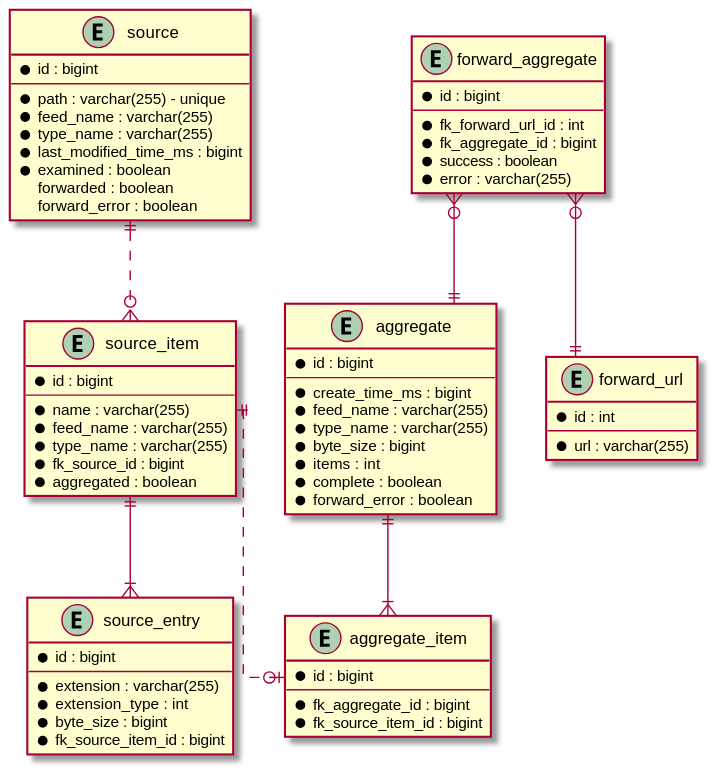
Before: stroom-proxy/stroom-proxy-app/doc/forward-aggregate-entity.svg, a diagram exported from PlantUML (gchq/stroom). The source it was exported from:
```plantuml
@startuml

skinparam linetype ortho

entity source {
  *id : bigint
  --
  *path : varchar(255) - unique
  *feed_name : varchar(255)
  *type_name : varchar(255)
  *last_modified_time_ms : bigint
  *examined : boolean
  forwarded : boolean
  forward_error : boolean
}

entity source_item {
  *id : bigint
  --
  *name : varchar(255)
  *feed_name : varchar(255)
  *type_name : varchar(255)
  *fk_source_id : bigint
  *aggregated : boolean
}

entity source_entry {
  *id : bigint
  --
  *extension : varchar(255)
  *extension_type : int
  *byte_size : bigint
  *fk_source_item_id : bigint
}

entity aggregate {
  *id : bigint
  --
  *create_time_ms : bigint
  *feed_name : varchar(255)
  *type_name : varchar(255)
  *byte_size : bigint
  *items : int
  *complete : boolean
  *forward_error : boolean
}

entity aggregate_item {
  *id : bigint
  --
  *fk_aggregate_id : bigint
  *fk_source_item_id : bigint
}

entity forward_url {
  *id : int
  --
  *url : varchar(255)
}

entity forward_aggregate {
  *id : bigint
  --
  *fk_forward_url_id : int
  *fk_aggregate_id : bigint
  *success : boolean
  *error : varchar(255)
}

source ||..o{ source_item
source_item ||--|{ source_entry
aggregate ||--|{ aggregate_item
source_item ||..o| aggregate_item
forward_aggregate }o--|| forward_url
forward_aggregate }o--|| aggregate

@enduml
```
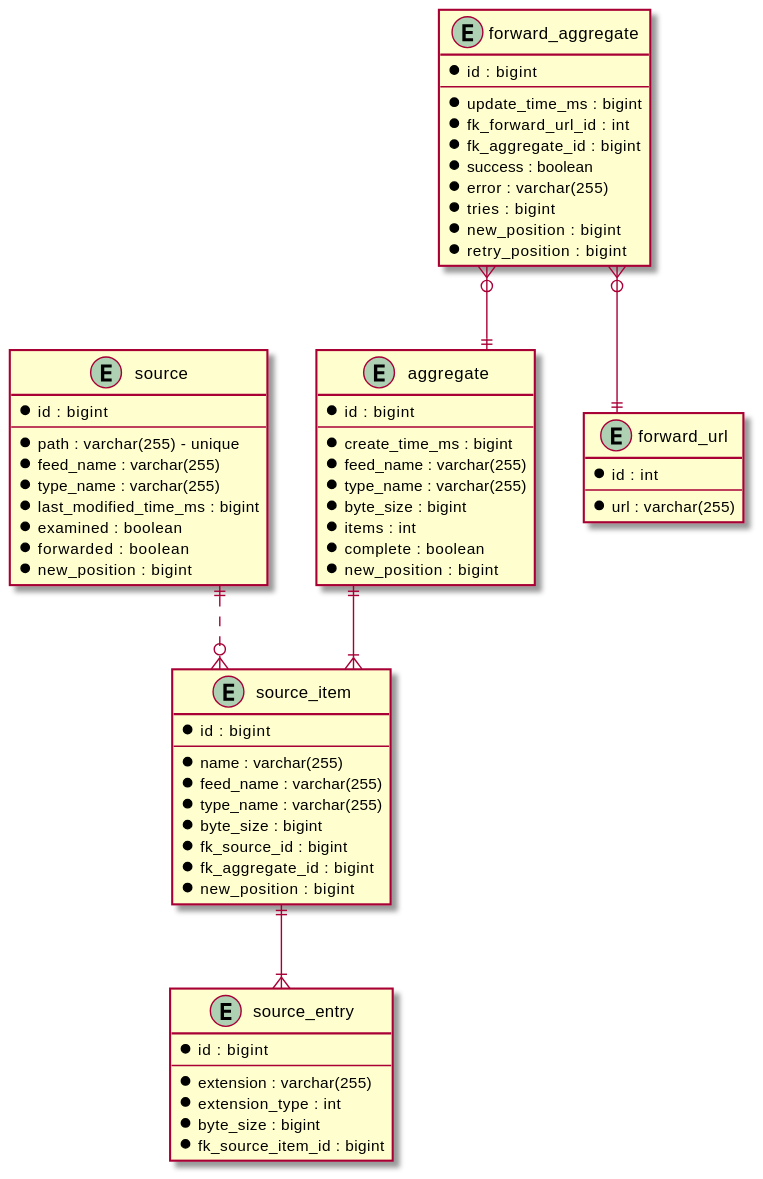
Above is the later version.

Change to the diagram source:
```diff
@@ -10,8 +10,8 @@
   *type_name : varchar(255)
   *last_modified_time_ms : bigint
   *examined : boolean
-  forwarded : boolean
-  forward_error : boolean
+  *forwarded : boolean
+  *new_position : bigint
 }
 
 entity source_item {
@@ -20,8 +20,10 @@
   *name : varchar(255)
   *feed_name : varchar(255)
   *type_name : varchar(255)
+  *byte_size : bigint
   *fk_source_id : bigint
-  *aggregated : boolean
+  *fk_aggregate_id : bigint
+  *new_position : bigint
 }
 
 entity source_entry {
@@ -42,14 +44,7 @@
   *byte_size : bigint
   *items : int
   *complete : boolean
-  *forward_error : boolean
-}
-
-entity aggregate_item {
-  *id : bigint
-  --
-  *fk_aggregate_id : bigint
-  *fk_source_item_id : bigint
+  *new_position : bigint
 }
 
 entity forward_url {
@@ -61,16 +56,19 @@
 entity forward_aggregate {
   *id : bigint
   --
+  *update_time_ms : bigint
   *fk_forward_url_id : int
   *fk_aggregate_id : bigint
   *success : boolean
   *error : varchar(255)
+  *tries : bigint
+  *new_position : bigint
+  *retry_position : bigint
 }
 
 source ||..o{ source_item
 source_item ||--|{ source_entry
-aggregate ||--|{ aggregate_item
-source_item ||..o| aggregate_item
+aggregate ||--|{ source_item
 forward_aggregate }o--|| forward_url
 forward_aggregate }o--|| aggregate
 
```
